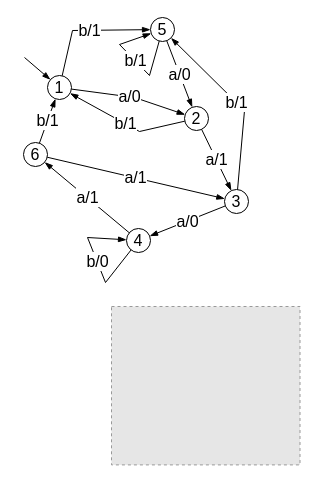
Earlier version of the draw.io diagram diagrams/0001-example.drawio (Nikolai2038/draw-io-automata-parser). Source tidied: cells renumbered, new cells numbered last; positions are measured from the earlier drawing's top-left corner, leaving out a move shared by most shapes. Both pictures are drawn from the tidied source at 100%, with x=0, y=0 at pixel (23, 17). Pictures stored in the file or linked from it are replaced by grey dashed boxes.
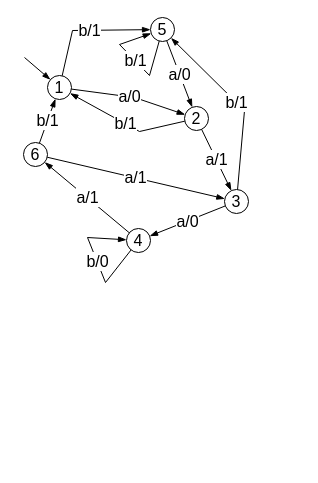
Above is the later version.

Commit message (it also covers changes not shown here):
Pretty output

The edit, as a diff of the source:
```diff
@@
-    <mxCell id="8" style="fillColor=#E6E6E6;strokeColor=#999999;dashed=1;verticalLabelPosition=bottom;labelBackgroundColor=default;verticalAlign=top;" parent="1" vertex="1">
-      <mxGeometry x="88" y="289" width="188.5" height="158.4" as="geometry" />
-    </mxCell>
```
